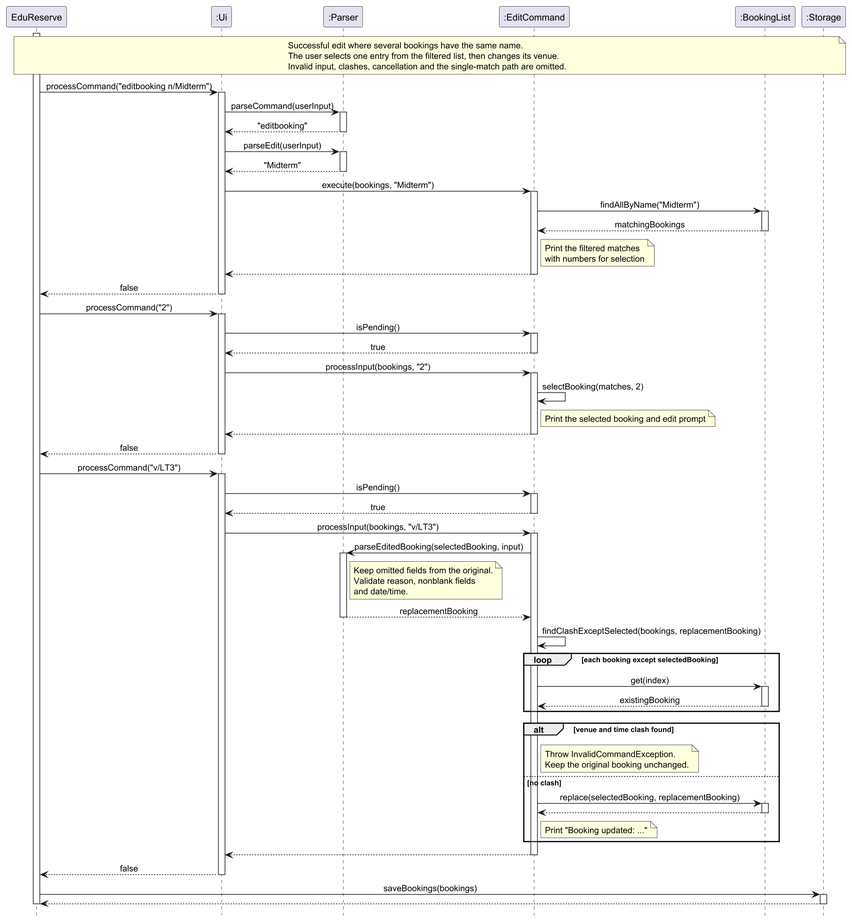
Earlier version of the PlantUML export docs/UMLDiagrams/EditBookingSequenceDiagram.png (AY2627S1-CS2113-W14-2/tp). The source it was exported from:
```plantuml
@startuml
scale 2
skinparam sequenceMessageAlign center
hide footbox

participant "EduReserve" as App
participant ":Ui" as UI
participant ":Parser" as Parser
participant ":EditCommand" as Edit
participant ":BookingList" as Bookings
participant ":Storage" as Storage

activate App
note over App, Storage
    Successful edit where several bookings have the same name.
    The user selects one entry from the filtered list, then changes its venue.
    Invalid input, clashes, cancellation and the single-match path are omitted.
end note

App -> UI: processCommand("editbooking n/Midterm")
activate UI
UI -> Parser: parseCommand(userInput)
activate Parser
Parser --> UI: "editbooking"
deactivate Parser

UI -> Parser: parseEdit(userInput)
activate Parser
Parser --> UI: "Midterm"
deactivate Parser

UI -> Edit: execute(bookings, "Midterm")
activate Edit
Edit -> Bookings: findAllByName("Midterm")
activate Bookings
Bookings --> Edit: matchingBookings
deactivate Bookings
note right of Edit
    Print the filtered matches
    with numbers for selection
end note
Edit --> UI
deactivate Edit
UI --> App: false
deactivate UI

App -> UI: processCommand("2")
activate UI
UI -> Edit: isPending()
activate Edit
Edit --> UI: true
deactivate Edit
UI -> Edit: processInput(bookings, "2")
activate Edit
Edit -> Edit: selectBooking(matches, 2)
note right of Edit: Print the selected booking and edit prompt
Edit --> UI
deactivate Edit
UI --> App: false
deactivate UI

App -> UI: processCommand("v/LT3")
activate UI
UI -> Edit: isPending()
activate Edit
Edit --> UI: true
deactivate Edit
UI -> Edit: processInput(bookings, "v/LT3")
activate Edit

Edit -> Parser: parseEditedBooking(selectedBooking, input)
activate Parser
note right of Parser
    Keep omitted fields from the original.
    Validate reason, nonblank fields
    and date/time.
end note
Parser --> Edit: replacementBooking
deactivate Parser

Edit -> Edit: findClashExceptSelected(bookings, replacementBooking)
loop each booking except selectedBooking
    Edit -> Bookings: get(index)
    activate Bookings
    Bookings --> Edit: existingBooking
    deactivate Bookings
end

alt venue and time clash found
    note right of Edit
        Throw InvalidCommandException.
        Keep the original booking unchanged.
    end note
else no clash
    Edit -> Bookings: replace(selectedBooking, replacementBooking)
    activate Bookings
    Bookings --> Edit
    deactivate Bookings
    note right of Edit: Print "Booking updated: ..."
end

Edit --> UI
deactivate Edit
UI --> App: false
deactivate UI

App -> Storage: saveBookings(bookings)
activate Storage
Storage --> App
deactivate Storage
deactivate App
@enduml
```
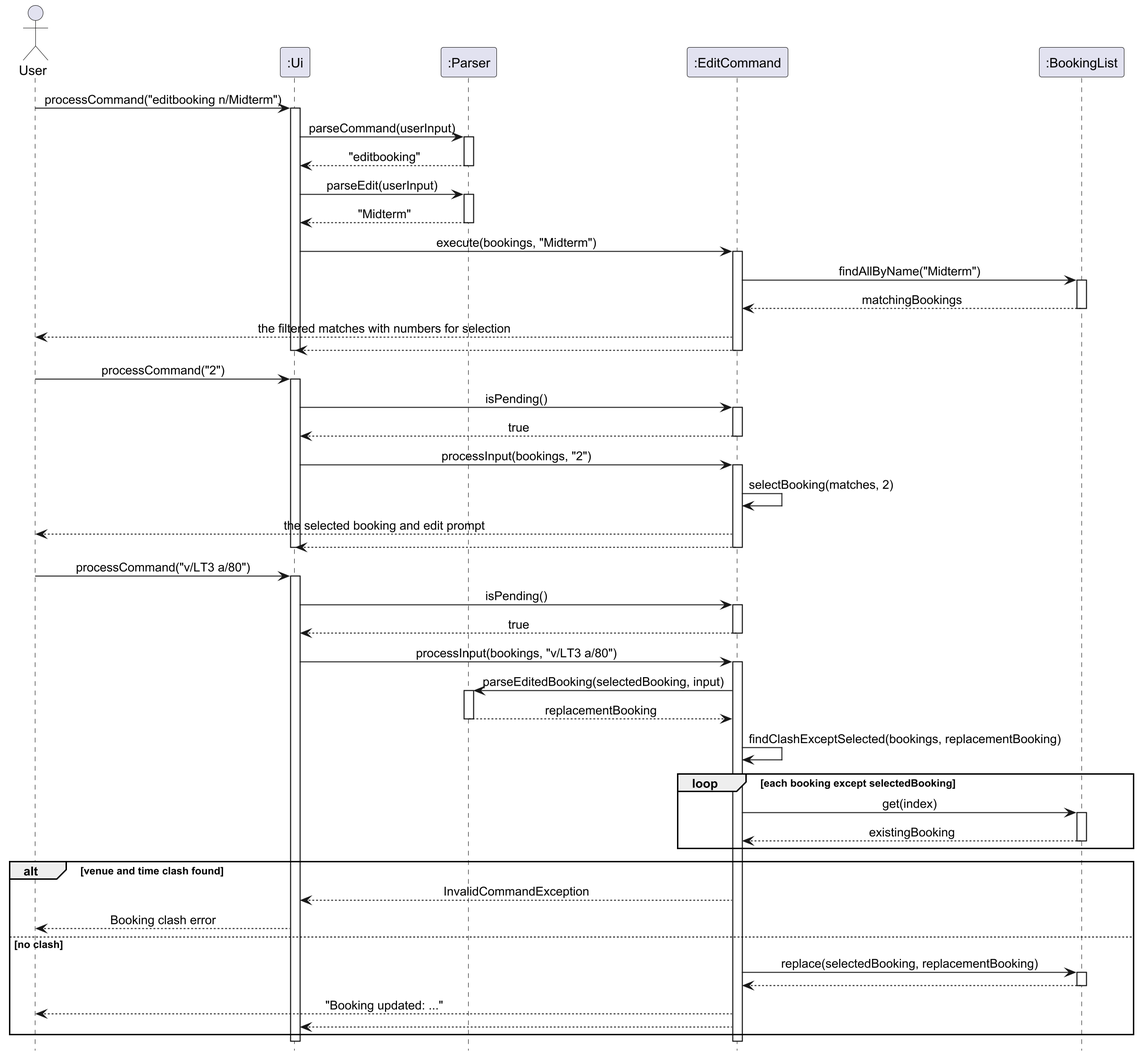
The same file after the commit.

What changed in the source:
```diff
@@ -3,21 +3,13 @@
 skinparam sequenceMessageAlign center
 hide footbox
 
-participant "EduReserve" as App
+actor User
 participant ":Ui" as UI
 participant ":Parser" as Parser
 participant ":EditCommand" as Edit
 participant ":BookingList" as Bookings
-participant ":Storage" as Storage
 
-activate App
-note over App, Storage
-    Successful edit where several bookings have the same name.
-    The user selects one entry from the filtered list, then changes its venue.
-    Invalid input, clashes, cancellation and the single-match path are omitted.
-end note
-
-App -> UI: processCommand("editbooking n/Midterm")
+User -> UI: processCommand("editbooking n/Midterm")
 activate UI
 UI -> Parser: parseCommand(userInput)
 activate Parser
@@ -35,16 +27,12 @@
 activate Bookings
 Bookings --> Edit: matchingBookings
 deactivate Bookings
-note right of Edit
-    Print the filtered matches
-    with numbers for selection
-end note
+Edit --> User: the filtered matches with numbers for selection
 Edit --> UI
 deactivate Edit
-UI --> App: false
 deactivate UI
 
-App -> UI: processCommand("2")
+User -> UI: processCommand("2")
 activate UI
 UI -> Edit: isPending()
 activate Edit
@@ -53,28 +41,22 @@
 UI -> Edit: processInput(bookings, "2")
 activate Edit
 Edit -> Edit: selectBooking(matches, 2)
-note right of Edit: Print the selected booking and edit prompt
+Edit --> User: the selected booking and edit prompt
 Edit --> UI
 deactivate Edit
-UI --> App: false
 deactivate UI
 
-App -> UI: processCommand("v/LT3")
+User -> UI: processCommand("v/LT3 a/80")
 activate UI
 UI -> Edit: isPending()
 activate Edit
 Edit --> UI: true
 deactivate Edit
-UI -> Edit: processInput(bookings, "v/LT3")
+UI -> Edit: processInput(bookings, "v/LT3 a/80")
 activate Edit
 
 Edit -> Parser: parseEditedBooking(selectedBooking, input)
 activate Parser
-note right of Parser
-    Keep omitted fields from the original.
-    Validate reason, nonblank fields
-    and date/time.
-end note
 Parser --> Edit: replacementBooking
 deactivate Parser
 
@@ -87,26 +69,18 @@
 end
 
 alt venue and time clash found
-    note right of Edit
-        Throw InvalidCommandException.
-        Keep the original booking unchanged.
-    end note
+    Edit --> UI: InvalidCommandException
+    UI --> User: Booking clash error
 else no clash
     Edit -> Bookings: replace(selectedBooking, replacementBooking)
     activate Bookings
     Bookings --> Edit
     deactivate Bookings
-    note right of Edit: Print "Booking updated: ..."
+    Edit --> User: "Booking updated: ..."
+    Edit --> UI
 end
 
-Edit --> UI
 deactivate Edit
-UI --> App: false
 deactivate UI
 
-App -> Storage: saveBookings(bookings)
-activate Storage
-Storage --> App
-deactivate Storage
-deactivate App
 @enduml
```
